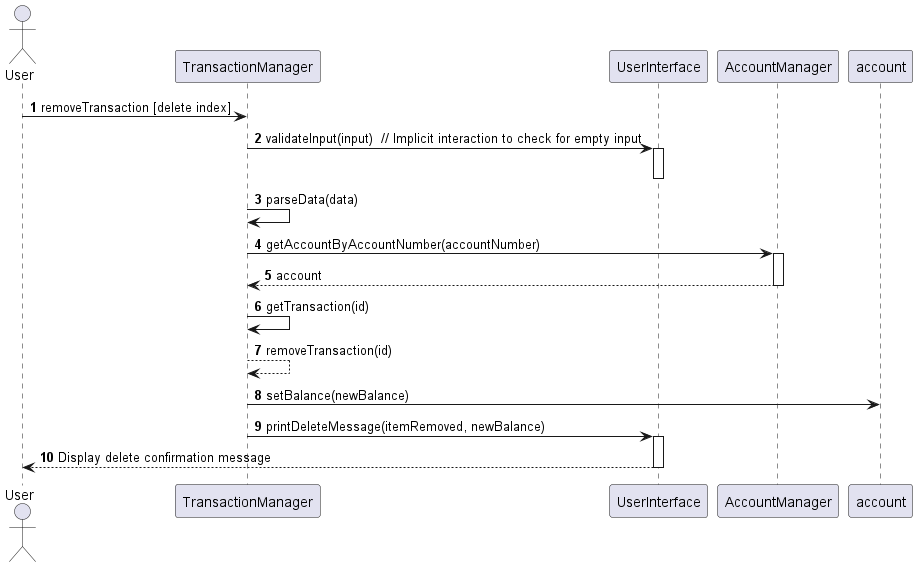
Above: docs/uml/uml-images/removeTransactionDiagram.png in Vavinan/tp (PlantUML), before the change.
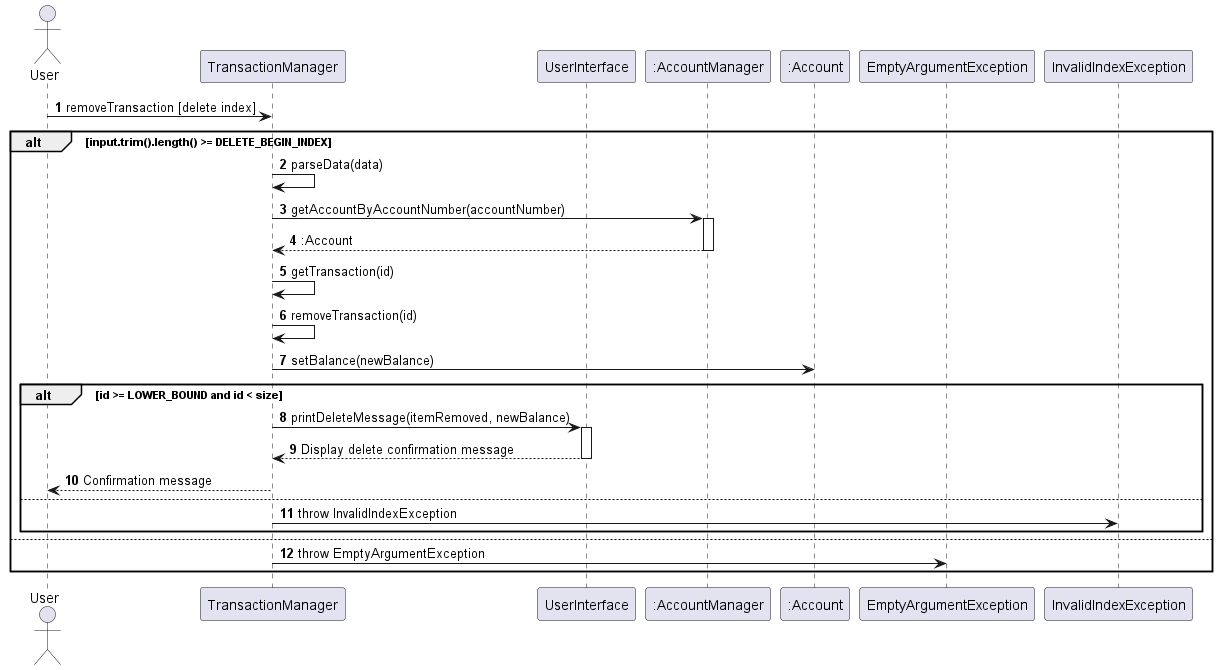
Later version of the same file.

Commit message:
Update UML diagram for removeTransaction

Diff of the diagram source:
```diff
@@ -5,22 +5,34 @@
 actor User
 participant "TransactionManager" as TM
 participant "UserInterface" as UI
-participant "AccountManager" as AM
+participant ":AccountManager" as AM
+participant ":Account" as AC
+participant "EmptyArgumentException" as EAE
+participant "InvalidIndexException" as IIE
+User -> TM: removeTransaction [delete index]
 
-User -> TM: removeTransaction [delete index]
-TM -> UI: validateInput(input)  // Implicit interaction to check for empty input
-activate UI
-deactivate UI
-TM -> TM: parseData(data)
-TM -> AM: getAccountByAccountNumber(accountNumber)
-activate AM
-AM --> TM: account
-deactivate AM
-TM -> TM: getTransaction(id)
-TM --> TM: removeTransaction(id)
-TM -> account: setBalance(newBalance)
-TM -> UI: printDeleteMessage(itemRemoved, newBalance)
-activate UI
-UI --> User: Display delete confirmation message
-deactivate UI
+alt input.trim().length() >= DELETE_BEGIN_INDEX
+    TM -> TM: parseData(data)
+    TM -> AM: getAccountByAccountNumber(accountNumber)
+    activate AM
+    AM --> TM: :Account
+    deactivate AM
+
+    TM -> TM: getTransaction(id)
+    TM -> TM: removeTransaction(id)
+
+    TM -> AC: setBalance(newBalance)
+
+    alt id >= LOWER_BOUND and id < size
+        TM -> UI: printDeleteMessage(itemRemoved, newBalance)
+        activate UI
+        UI --> TM: Display delete confirmation message
+        deactivate UI
+        TM --> User: Confirmation message
+    else
+        TM -> IIE: throw InvalidIndexException
+    end
+else
+    TM -> EAE: throw EmptyArgumentException
+    end
 @enduml
```
